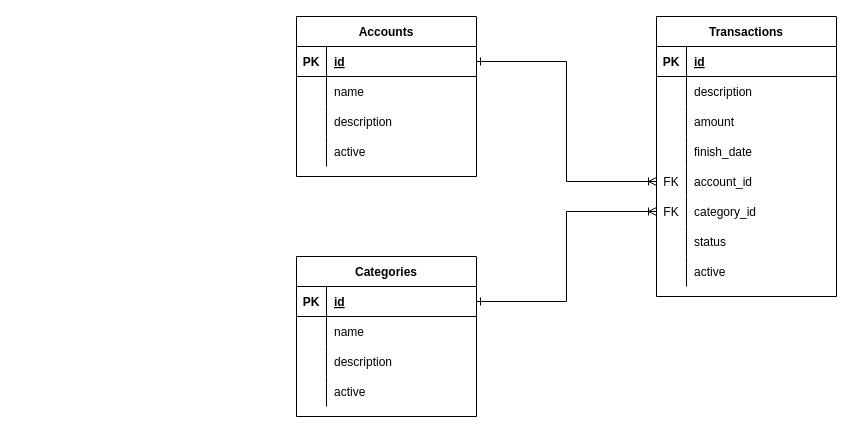
My-Financial-Hub/core-api keeps this draw.io diagram as api/docs/database/database.drawio. Above is the earlier version. Source tidied: cells renumbered, new cells numbered last; positions are measured from the earlier drawing's top-left corner, leaving out a move shared by most shapes. Both pictures are drawn from the tidied source at 100%, with x=0, y=0 at pixel (296, 16).
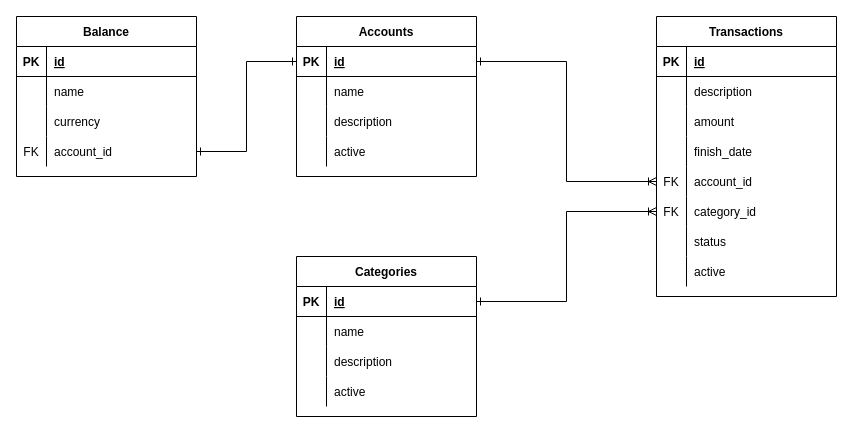
After the change.

Unchanged cells that the change refers to:
```xml
<mxCell id="3" style="shape=partialRectangle;fillColor=none;top=0;left=0;bottom=1;right=0;points=[[0,0.5],[1,0.5]];portConstraint=eastwest;" parent="2" vertex="1">
  <mxGeometry y="30" width="180" height="30" as="geometry" />
</mxCell>
```

Change to the diagram source:
```diff
@@
+    <mxCell id="55" value="Balance" style="shape=table;startSize=30;childLayout=tableLayout;rowLines=0;fontStyle=1;align=center;" parent="1" vertex="1">
+      <mxGeometry x="-280" width="180" height="160" as="geometry" />
+    </mxCell>
+    <mxCell id="56" style="shape=partialRectangle;fillColor=none;top=0;left=0;bottom=1;right=0;" parent="55" vertex="1">
+      <mxGeometry y="30" width="180" height="30" as="geometry" />
+    </mxCell>
+    <mxCell id="57" value="PK" style="shape=partialRectangle;fillColor=none;top=0;left=0;bottom=0;right=0;fontStyle=1;overflow=hidden;" parent="56" vertex="1">
+      <mxGeometry width="30" height="30" as="geometry" />
+    </mxCell>
+    <mxCell id="58" value="id" style="shape=partialRectangle;fillColor=none;top=0;left=0;bottom=0;right=0;align=left;spacingLeft=6;fontStyle=5;overflow=hidden;" parent="56" vertex="1">
+      <mxGeometry x="30" width="150" height="30" as="geometry" />
+    </mxCell>
+    <mxCell id="59" style="shape=partialRectangle;fillColor=none;top=0;left=0;bottom=0;right=0;" parent="55" vertex="1">
+      <mxGeometry y="60" width="180" height="30" as="geometry" />
+    </mxCell>
+    <mxCell id="60" style="shape=partialRectangle;fillColor=none;top=0;left=0;bottom=0;right=0;overflow=hidden;" parent="59" vertex="1">
+      <mxGeometry width="30" height="30" as="geometry" />
+    </mxCell>
+    <mxCell id="61" value="name" style="shape=partialRectangle;fillColor=none;top=0;left=0;bottom=0;right=0;align=left;spacingLeft=6;overflow=hidden;" parent="59" vertex="1">
+      <mxGeometry x="30" width="150" height="30" as="geometry" />
+    </mxCell>
+    <mxCell id="62" style="shape=partialRectangle;fillColor=none;top=0;left=0;bottom=0;right=0;" parent="55" vertex="1">
+      <mxGeometry y="90" width="180" height="30" as="geometry" />
+    </mxCell>
+    <mxCell id="63" style="shape=partialRectangle;fillColor=none;top=0;left=0;bottom=0;right=0;overflow=hidden;" parent="62" vertex="1">
+      <mxGeometry width="30" height="30" as="geometry" />
+    </mxCell>
+    <mxCell id="64" value="currency" style="shape=partialRectangle;fillColor=none;top=0;left=0;bottom=0;right=0;align=left;spacingLeft=6;overflow=hidden;" parent="62" vertex="1">
+      <mxGeometry x="30" width="150" height="30" as="geometry" />
+    </mxCell>
+    <mxCell id="65" style="shape=partialRectangle;fillColor=none;top=0;left=0;bottom=0;right=0;points=[[0,0.5],[1,0.5]];portConstraint=eastwest;" parent="55" vertex="1">
+      <mxGeometry y="120" width="180" height="30" as="geometry" />
+    </mxCell>
+    <mxCell id="66" value="FK" style="shape=partialRectangle;fillColor=none;top=0;left=0;bottom=0;right=0;overflow=hidden;" parent="65" vertex="1">
+      <mxGeometry width="30" height="30" as="geometry" />
+    </mxCell>
+    <mxCell id="67" value="account_id" style="shape=partialRectangle;fillColor=none;top=0;left=0;bottom=0;right=0;align=left;spacingLeft=6;overflow=hidden;" parent="65" vertex="1">
+      <mxGeometry x="30" width="150" height="30" as="geometry" />
+    </mxCell>
+    <mxCell id="68" style="edgeStyle=orthogonalEdgeStyle;rounded=0;jettySize=auto;html=1;startArrow=ERone;startFill=0;endArrow=ERone;endFill=0;" parent="1" edge="1" source="65" target="3">
+      <mxGeometry relative="1" as="geometry" />
+    </mxCell>
```
